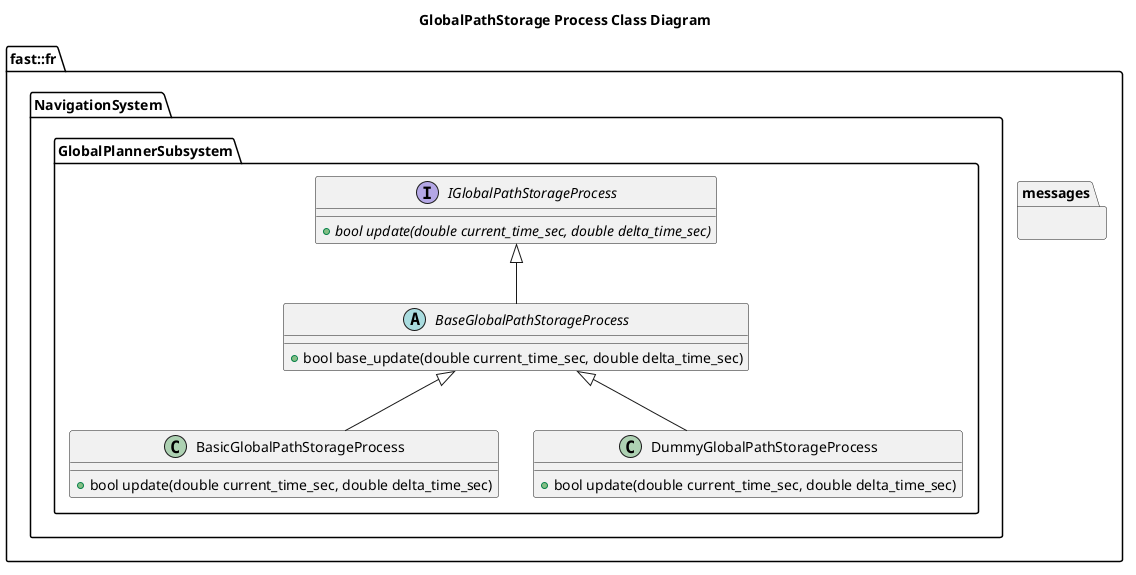
This is Systems/Navigation/Subsystems/GlobalPlanner/Processes/GlobalPathStorage/doc/puml/GlobalPathStorageProcessClassDiagram.png from fastrobotics/robot_framework, a PlantUML export, as it was before one commit. The source it was exported from:
```plantuml
@startuml
title GlobalPathStorage Process Class Diagram

namespace fast::fr {
  namespace messages {
  }
  namespace NavigationSystem {
    namespace GlobalPlannerSubsystem {
        interface IGlobalPathStorageProcess  {
          +{abstract} bool update(double current_time_sec, double delta_time_sec)
        }
        abstract BaseGlobalPathStorageProcess {
          +bool base_update(double current_time_sec, double delta_time_sec)

        }
        BaseGlobalPathStorageProcess -up-|> IGlobalPathStorageProcess
        class BasicGlobalPathStorageProcess {
          +bool update(double current_time_sec, double delta_time_sec)
        }
        BasicGlobalPathStorageProcess -up-|> BaseGlobalPathStorageProcess
        class DummyGlobalPathStorageProcess {
          +bool update(double current_time_sec, double delta_time_sec)
        }
        DummyGlobalPathStorageProcess -up-|> BaseGlobalPathStorageProcess
    }
  }
}
@enduml
```
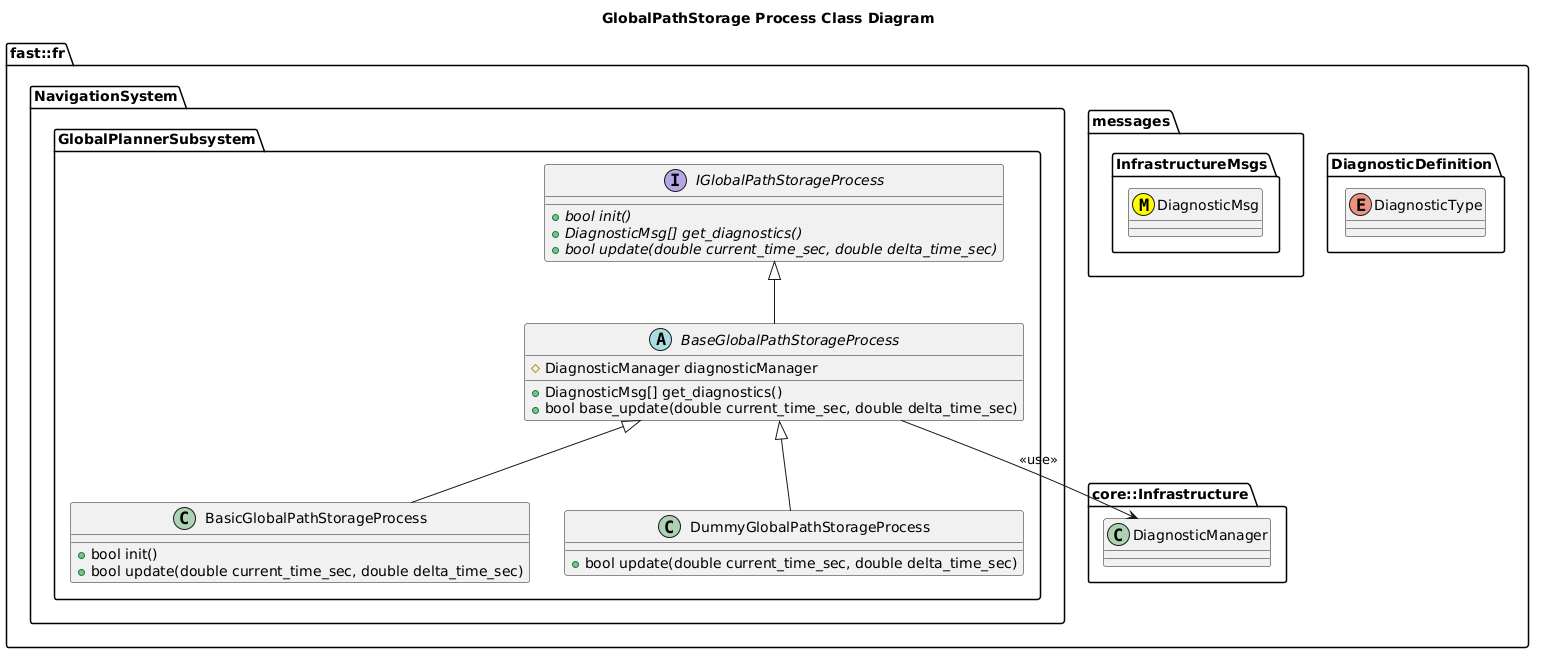
After the commit.

The edit, as a diff of the source:
```diff
@@ -2,19 +2,34 @@
 title GlobalPathStorage Process Class Diagram
 
 namespace fast::fr {
+   namespace DiagnosticDefinition {
+    enum DiagnosticType
+  }
   namespace messages {
+    namespace InfrastructureMsgs {
+      class DiagnosticMsg <<(M,#FFFF00)>>
+    }
+  }
+  namespace core::Infrastructure {
+    class DiagnosticManager
   }
   namespace NavigationSystem {
     namespace GlobalPlannerSubsystem {
         interface IGlobalPathStorageProcess  {
+          +{abstract} bool init()
+          +{abstract} DiagnosticMsg[] get_diagnostics()
           +{abstract} bool update(double current_time_sec, double delta_time_sec)
         }
         abstract BaseGlobalPathStorageProcess {
+          +DiagnosticMsg[] get_diagnostics()
           +bool base_update(double current_time_sec, double delta_time_sec)
+          #DiagnosticManager diagnosticManager
 
         }
         BaseGlobalPathStorageProcess -up-|> IGlobalPathStorageProcess
+        BaseGlobalPathStorageProcess --> DiagnosticManager: <<use>>
         class BasicGlobalPathStorageProcess {
+          +bool init()
           +bool update(double current_time_sec, double delta_time_sec)
         }
         BasicGlobalPathStorageProcess -up-|> BaseGlobalPathStorageProcess
```
